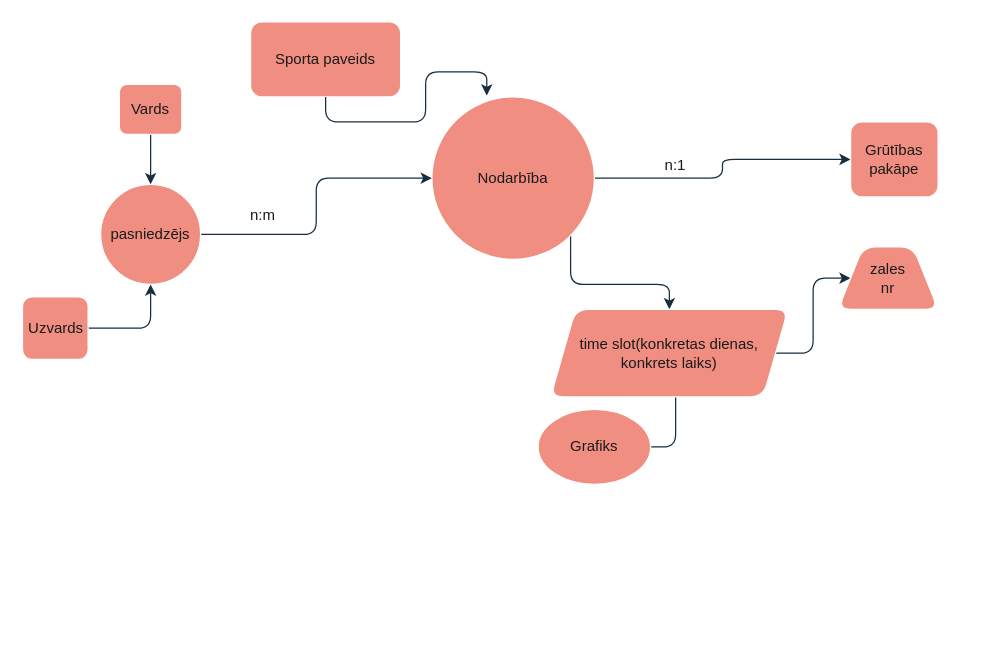
The draw.io diagram Untitled Diagram.drawio in andromeda44azora/flask_test, before the edit. Source tidied: cells renumbered, new cells numbered last; positions are measured from the earlier drawing's top-left corner, leaving out a move shared by most shapes. Both pictures are drawn from the tidied source at 125%, with x=0, y=0 at pixel (22, 21).
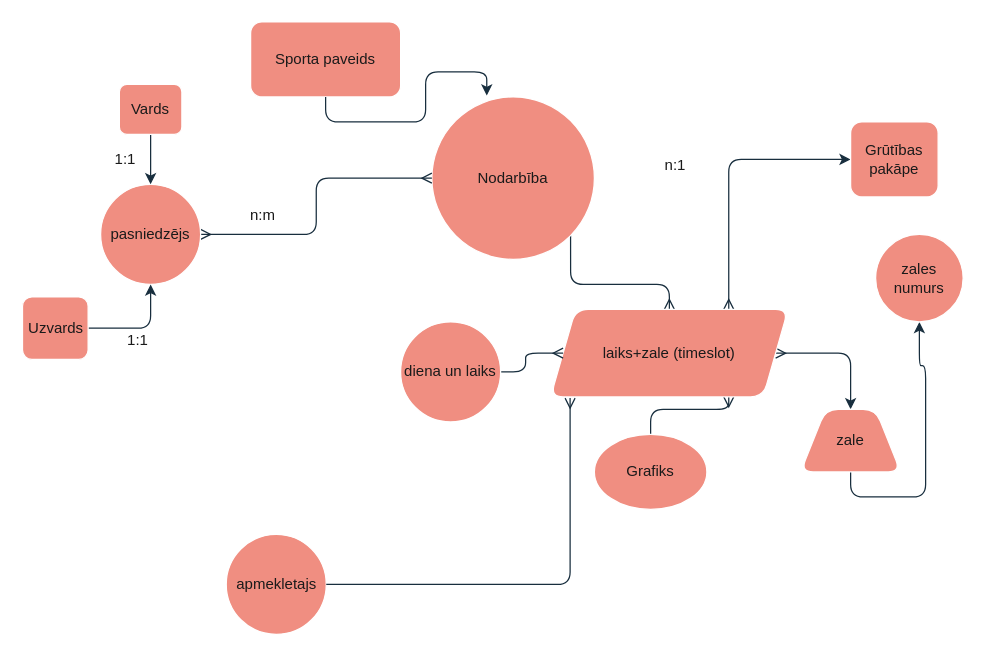
The same diagram, later.

Unchanged cells that the change refers to:
```xml
<mxCell id="5" value="Nodarbība" style="ellipse;whiteSpace=wrap;html=1;labelBackgroundColor=none;fillColor=#F08E81;strokeColor=#FFFFFF;fontColor=#1A1A1A;rounded=1;" parent="1" vertex="1">
  <mxGeometry x="327" y="60" width="130" height="130" as="geometry" />
</mxCell>
<mxCell id="7" value="Grūtības pakāpe" style="rounded=1;whiteSpace=wrap;html=1;labelBackgroundColor=none;fillColor=#F08E81;strokeColor=#FFFFFF;fontColor=#1A1A1A;" parent="1" vertex="1">
  <mxGeometry x="662" y="80" width="70" height="60" as="geometry" />
</mxCell>
<mxCell id="9" value="pasniedzējs" style="ellipse;whiteSpace=wrap;html=1;strokeColor=#FFFFFF;fontColor=#1A1A1A;fillColor=#F08E81;rounded=1;labelBackgroundColor=none;" parent="1" vertex="1">
  <mxGeometry x="62" y="130" width="80" height="80" as="geometry" />
</mxCell>
<mxCell id="13" value="Vards" style="rounded=1;whiteSpace=wrap;html=1;strokeColor=#FFFFFF;fontColor=#1A1A1A;fillColor=#F08E81;" parent="1" vertex="1">
  <mxGeometry x="77" y="50" width="50" height="40" as="geometry" />
</mxCell>
```

Diff of the diagram source:
```diff
@@
-    <mxCell id="3" style="edgeStyle=orthogonalEdgeStyle;rounded=1;jettySize=auto;html=1;exitX=1;exitY=0.5;exitDx=0;exitDy=0;entryX=0;entryY=0.5;entryDx=0;entryDy=0;labelBackgroundColor=none;strokeColor=#182E3E;fontColor=default;" parent="1" edge="1" source="5" target="7">
+    <mxCell id="3" style="edgeStyle=orthogonalEdgeStyle;rounded=1;jettySize=auto;html=1;exitX=0.75;exitY=0;exitDx=0;exitDy=0;entryX=0;entryY=0.5;entryDx=0;entryDy=0;labelBackgroundColor=none;strokeColor=#182E3E;fontColor=default;startArrow=ERmany;startFill=0;" parent="1" edge="1" source="19" target="7">
       <mxGeometry relative="1" as="geometry" />
     </mxCell>
-    <mxCell id="4" style="edgeStyle=orthogonalEdgeStyle;rounded=1;jettySize=auto;html=1;exitX=1;exitY=1;exitDx=0;exitDy=0;strokeColor=#182E3E;fontColor=#1A1A1A;" parent="1" edge="1" source="5" target="19">
+    <mxCell id="4" style="edgeStyle=orthogonalEdgeStyle;rounded=1;jettySize=auto;html=1;exitX=1;exitY=1;exitDx=0;exitDy=0;strokeColor=#182E3E;fontColor=#1A1A1A;endArrow=ERmany;endFill=0;" parent="1" edge="1" source="5" target="19">
       <mxGeometry relative="1" as="geometry" />
     </mxCell>
@@
-    <mxCell id="8" style="edgeStyle=orthogonalEdgeStyle;rounded=1;jettySize=auto;html=1;entryX=0;entryY=0.5;entryDx=0;entryDy=0;strokeColor=#182E3E;fontColor=default;labelBackgroundColor=none;" parent="1" edge="1" source="9" target="5">
+    <mxCell id="8" style="edgeStyle=orthogonalEdgeStyle;rounded=1;jettySize=auto;html=1;entryX=0;entryY=0.5;entryDx=0;entryDy=0;strokeColor=#182E3E;fontColor=default;labelBackgroundColor=none;jumpStyle=arc;endArrow=ERmany;endFill=0;startArrow=ERmany;startFill=0;" parent="1" edge="1" source="9" target="5">
       <mxGeometry relative="1" as="geometry" />
     </mxCell>
@@
-    <mxCell id="12" style="edgeStyle=orthogonalEdgeStyle;rounded=1;jettySize=auto;html=1;strokeColor=#182E3E;fontColor=#1A1A1A;" parent="1" edge="1" source="13" target="9">
+    <mxCell id="12" style="edgeStyle=orthogonalEdgeStyle;rounded=1;jettySize=auto;html=1;exitX=0.5;exitY=1;exitDx=0;exitDy=0;entryX=0.5;entryY=0;entryDx=0;entryDy=0;strokeColor=#182E3E;fontColor=#1A1A1A;" parent="1" edge="1" source="13" target="9">
       <mxGeometry relative="1" as="geometry" />
     </mxCell>
@@
-    <mxCell id="16" style="edgeStyle=orthogonalEdgeStyle;rounded=1;jettySize=auto;html=1;exitX=1;exitY=0.5;exitDx=0;exitDy=0;entryX=0.5;entryY=1;entryDx=0;entryDy=0;strokeColor=#182E3E;fontColor=#1A1A1A;" parent="1" edge="1" source="17" target="19">
+    <mxCell id="16" style="edgeStyle=orthogonalEdgeStyle;rounded=1;jettySize=auto;html=1;entryX=0.75;entryY=1;entryDx=0;entryDy=0;strokeColor=#182E3E;fontColor=#1A1A1A;endArrow=ERmany;endFill=0;" parent="1" edge="1" source="17" target="19">
       <mxGeometry relative="1" as="geometry" />
     </mxCell>
     <mxCell id="17" value="Grafiks" style="ellipse;whiteSpace=wrap;html=1;rounded=1;strokeColor=#FFFFFF;fontColor=#1A1A1A;fillColor=#F08E81;" parent="1" vertex="1">
-      <mxGeometry x="412" y="310" width="90" height="60" as="geometry" />
+      <mxGeometry x="457" y="330" width="90" height="60" as="geometry" />
     </mxCell>
-    <mxCell id="18" style="edgeStyle=orthogonalEdgeStyle;rounded=1;jettySize=auto;html=1;exitX=1;exitY=0.5;exitDx=0;exitDy=0;strokeColor=#182E3E;fontColor=#1A1A1A;" parent="1" edge="1" source="19" target="20">
+    <mxCell id="18" style="edgeStyle=orthogonalEdgeStyle;rounded=1;jettySize=auto;html=1;exitX=1;exitY=0.5;exitDx=0;exitDy=0;strokeColor=#182E3E;fontColor=#1A1A1A;startArrow=ERmany;startFill=0;" parent="1" edge="1" source="19" target="20">
       <mxGeometry relative="1" as="geometry" />
     </mxCell>
-    <mxCell id="19" value="time slot(konkretas dienas, konkrets laiks)" style="shape=parallelogram;perimeter=parallelogramPerimeter;whiteSpace=wrap;html=1;fixedSize=1;rounded=1;strokeColor=#FFFFFF;fontColor=#1A1A1A;fillColor=#F08E81;" parent="1" vertex="1">
+    <mxCell id="19" value="laiks+zale (timeslot)" style="shape=parallelogram;perimeter=parallelogramPerimeter;whiteSpace=wrap;html=1;fixedSize=1;rounded=1;strokeColor=#FFFFFF;fontColor=#1A1A1A;fillColor=#F08E81;" parent="1" vertex="1">
       <mxGeometry x="422" y="230" width="190" height="70" as="geometry" />
     </mxCell>
+    <mxCell id="21" style="edgeStyle=orthogonalEdgeStyle;rounded=1;jettySize=auto;html=1;exitX=0.5;exitY=1;exitDx=0;exitDy=0;strokeColor=#182E3E;fontColor=#1A1A1A;" parent="1" edge="1" source="20" target="24">
+      <mxGeometry relative="1" as="geometry" />
+    </mxCell>
-    <mxCell id="20" value="zales&lt;br&gt;nr" style="shape=trapezoid;perimeter=trapezoidPerimeter;whiteSpace=wrap;html=1;fixedSize=1;rounded=1;strokeColor=#FFFFFF;fontColor=#1A1A1A;fillColor=#F08E81;" parent="1" vertex="1">
-      <mxGeometry x="652" y="180" width="80" height="50" as="geometry" />
+    <mxCell id="20" value="zale" style="shape=trapezoid;perimeter=trapezoidPerimeter;whiteSpace=wrap;html=1;fixedSize=1;rounded=1;strokeColor=#FFFFFF;fontColor=#1A1A1A;fillColor=#F08E81;" parent="1" vertex="1">
+      <mxGeometry x="622" y="310" width="80" height="50" as="geometry" />
     </mxCell>
+    <mxCell id="22" value="1:1" style="text;html=1;strokeColor=none;fillColor=none;align=center;verticalAlign=middle;whiteSpace=wrap;rounded=0;fontColor=#1A1A1A;" parent="1" vertex="1">
+      <mxGeometry x="62" y="240" width="60" height="30" as="geometry" />
+    </mxCell>
+    <mxCell id="23" value="1:1" style="text;html=1;strokeColor=none;fillColor=none;align=center;verticalAlign=middle;whiteSpace=wrap;rounded=0;fontColor=#1A1A1A;" parent="1" vertex="1">
+      <mxGeometry x="52" y="95" width="60" height="30" as="geometry" />
+    </mxCell>
+    <mxCell id="24" value="zales &lt;br&gt;numurs" style="ellipse;whiteSpace=wrap;html=1;rounded=1;strokeColor=#FFFFFF;fontColor=#1A1A1A;fillColor=#F08E81;" parent="1" vertex="1">
+      <mxGeometry x="682" y="170" width="70" height="70" as="geometry" />
+    </mxCell>
+    <mxCell id="25" style="edgeStyle=orthogonalEdgeStyle;rounded=1;jettySize=auto;html=1;entryX=0;entryY=0.5;entryDx=0;entryDy=0;strokeColor=#182E3E;fontColor=#1A1A1A;endArrow=ERmany;endFill=0;" parent="1" edge="1" source="26" target="19">
+      <mxGeometry relative="1" as="geometry" />
+    </mxCell>
+    <mxCell id="26" value="diena un laiks" style="ellipse;whiteSpace=wrap;html=1;rounded=1;strokeColor=#FFFFFF;fontColor=#1A1A1A;fillColor=#F08E81;" parent="1" vertex="1">
+      <mxGeometry x="302" y="240" width="80" height="80" as="geometry" />
+    </mxCell>
+    <mxCell id="27" value="apmekletajs" style="ellipse;whiteSpace=wrap;html=1;rounded=1;strokeColor=#FFFFFF;fontColor=#1A1A1A;fillColor=#F08E81;" parent="1" vertex="1">
+      <mxGeometry x="162.5" y="410" width="80" height="80" as="geometry" />
+    </mxCell>
+    <mxCell id="28" style="edgeStyle=orthogonalEdgeStyle;rounded=1;jettySize=auto;html=1;entryX=0.082;entryY=1.014;entryDx=0;entryDy=0;entryPerimeter=0;strokeColor=#182E3E;fontColor=#1A1A1A;endArrow=ERmany;endFill=0;" parent="1" edge="1" source="27" target="19">
+      <mxGeometry relative="1" as="geometry" />
+    </mxCell>
```
